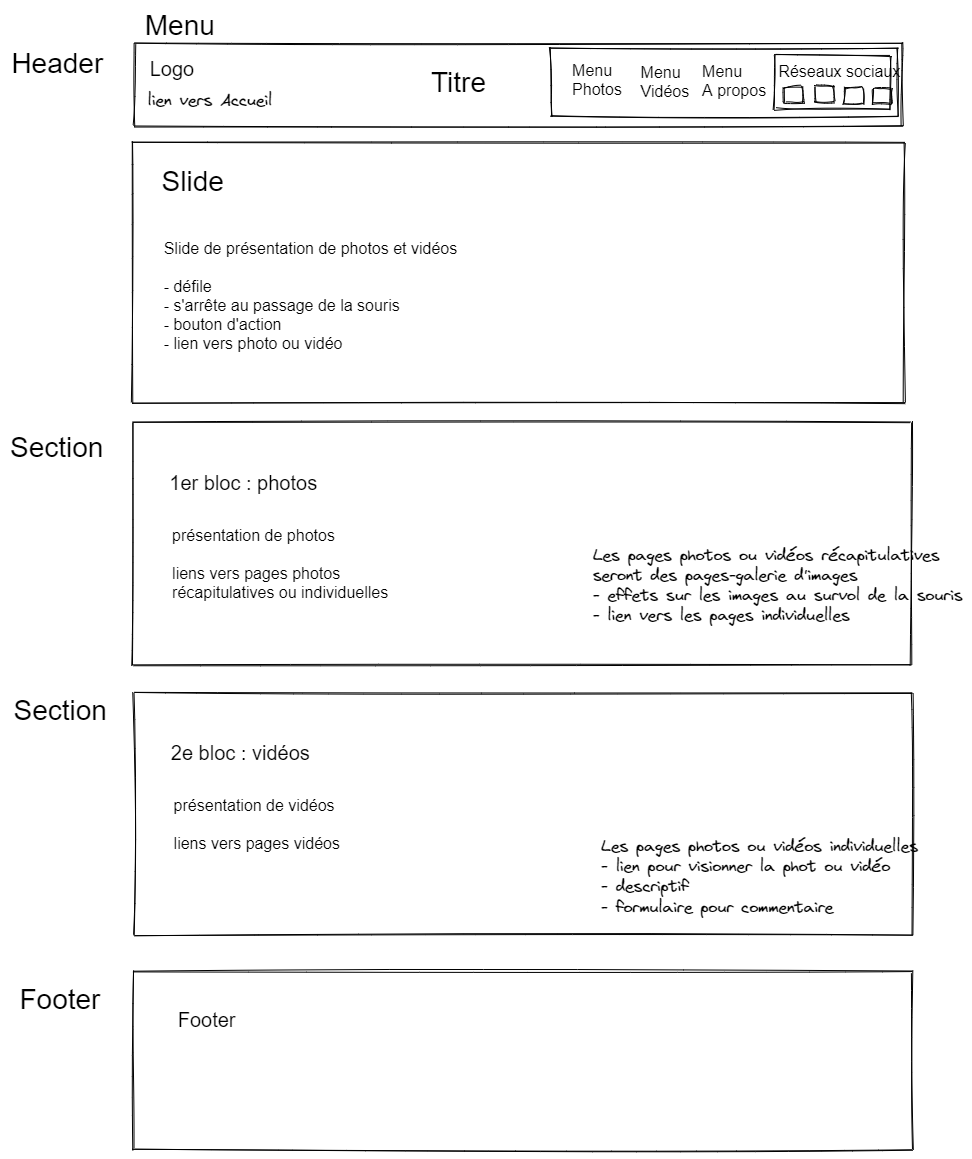
This is images/Projet-galery-Steve.png from Webissime111/Galery-Steve, a Excalidraw export, as it was before one commit. Source tidied: one line per element, renumbered; positions are measured from the earlier drawing's top-left corner, leaving out a move shared by most shapes.
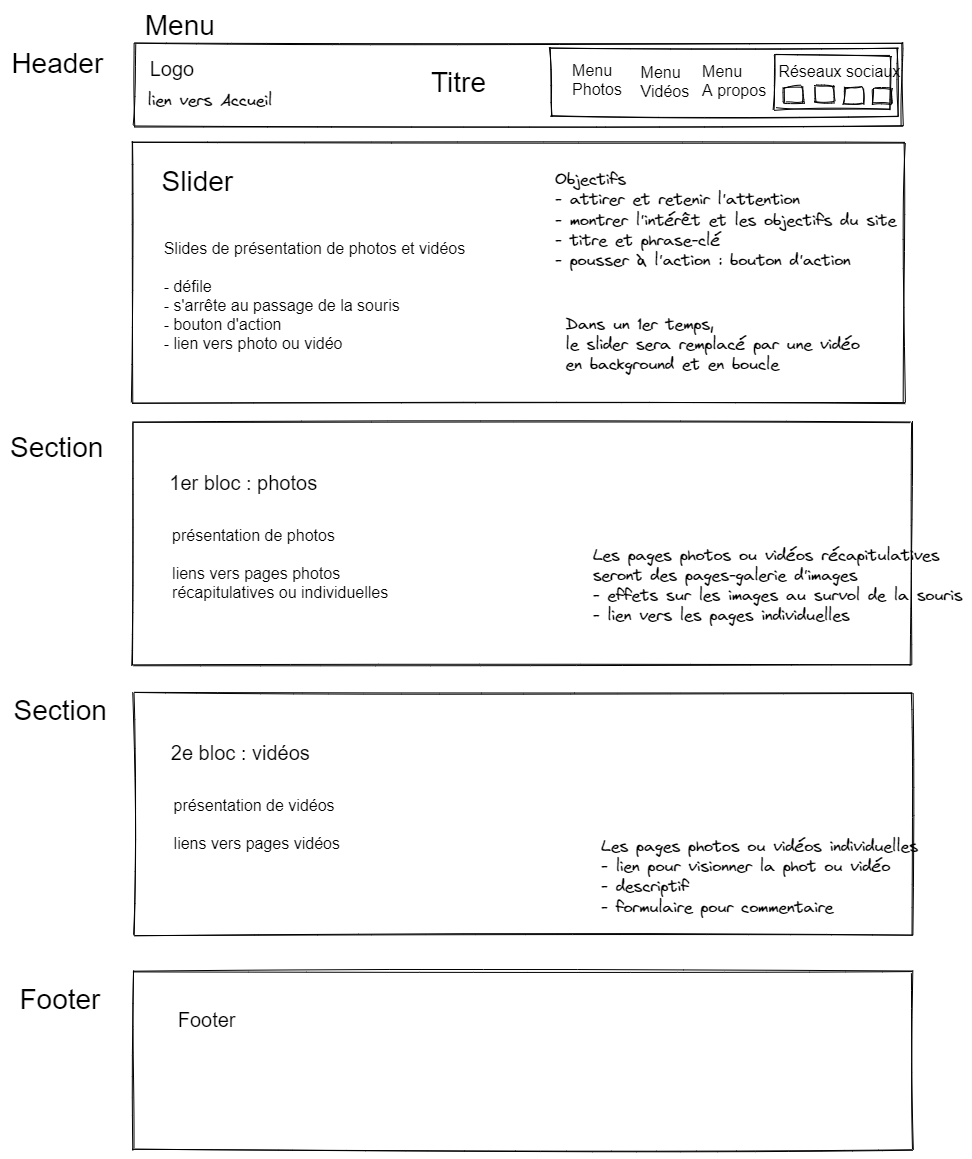
Later version of the same file.

Commit message:
Structure html du bloc slider

Change to the diagram source:
```diff
@@ -7,8 +7,8 @@
 {"id": 6, "type": "text", "text": "Menu\nVidéos", "strokeColor": "#000000", "strokeWidth": 1, "roughness": 1, "fontSize": 16, "fontFamily": 2, "x": 631, "y": 53, "width": 50, "height": 38}
 {"id": 7, "type": "text", "text": "Menu\nA propos", "strokeColor": "#000000", "strokeWidth": 1, "roughness": 1, "fontSize": 16, "fontFamily": 2, "x": 692, "y": 52, "width": 64, "height": 38}
 {"id": 8, "type": "rectangle", "strokeColor": "#000000", "strokeWidth": 1, "roughness": 1, "x": 122, "y": 132, "width": 773, "height": 260}
-{"id": 9, "type": "text", "text": "Slide", "strokeColor": "#000000", "strokeWidth": 1, "roughness": 1, "fontSize": 28, "fontFamily": 2, "x": 152, "y": 156, "width": 63, "height": 32}
+{"id": 9, "type": "text", "text": "Slider", "strokeColor": "#000000", "strokeWidth": 1, "roughness": 1, "fontSize": 28, "fontFamily": 2, "x": 152, "y": 156, "width": 73, "height": 32}
-{"id": 10, "type": "text", "text": "Slide de présentation de photos et vidéos\n\n- défile\n- s'arrête au passage de la souris\n- bouton d'action\n- lien vers photo ou vidéo", "strokeColor": "#000000", "strokeWidth": 1, "roughness": 1, "fontSize": 16, "fontFamily": 2, "x": 154, "y": 230, "width": 294, "height": 114}
+{"id": 10, "type": "text", "text": "Slides de présentation de photos et vidéos\n\n- défile\n- s'arrête au passage de la souris\n- bouton d'action\n- lien vers photo ou vidéo", "strokeColor": "#000000", "strokeWidth": 1, "roughness": 1, "fontSize": 16, "fontFamily": 2, "x": 154, "y": 230, "width": 302, "height": 114}
 {"id": 11, "type": "rectangle", "strokeColor": "#000000", "strokeWidth": 1, "roughness": 1, "x": 764, "y": 45, "width": 116, "height": 54}
 {"id": 12, "type": "text", "text": "Réseaux sociaux", "strokeColor": "#000000", "strokeWidth": 1, "roughness": 1, "fontSize": 16, "fontFamily": 2, "x": 768, "y": 52, "width": 123, "height": 19}
 {"id": 13, "type": "rectangle", "strokeColor": "#000000", "strokeWidth": 1, "roughness": 1, "x": 774, "y": 77, "width": 19, "height": 16}
@@ -30,3 +30,5 @@
 {"id": 29, "type": "text", "text": "Les pages photos ou vidéos individuelles\n- lien pour visionner la phot ou vidéo\n- descriptif\n- formulaire pour commentaire", "strokeColor": "#000000", "strokeWidth": 1, "roughness": 1, "fontSize": 16, "fontFamily": 1, "x": 591, "y": 827, "width": 317, "height": 81}
 {"id": 30, "type": "text", "text": "Les pages photos ou vidéos récapitulatives\nseront des pages-galerie d'images\n- effets sur les images au survol de la souris\n- lien vers les pages individuelles", "strokeColor": "#000000", "strokeWidth": 1, "roughness": 1, "fontSize": 16, "fontFamily": 1, "x": 583, "y": 535, "width": 370, "height": 81}
 {"id": 31, "type": "text", "text": "Footer", "strokeColor": "#000000", "strokeWidth": 1, "roughness": 1, "fontSize": 28, "fontFamily": 2, "x": 9, "y": 974, "width": 82, "height": 32}
+{"id": 32, "type": "text", "text": "Objectifs\n- attirer et retenir l'attention\n- montrer l'intérêt et les objectifs du site\n- titre et phrase-clé\n- pousser à l'action : bouton d'action", "strokeColor": "#000000", "strokeWidth": 1, "roughness": 1, "fontSize": 16, "fontFamily": 1, "x": 545, "y": 160, "width": 341, "height": 102}
+{"id": 33, "type": "text", "text": "Dans un 1er temps,\nle slider sera remplacé par une vidéo\nen background et en boucle", "strokeColor": "#000000", "strokeWidth": 1, "roughness": 1, "fontSize": 16, "fontFamily": 1, "x": 556, "y": 304, "width": 294, "height": 61}
```
